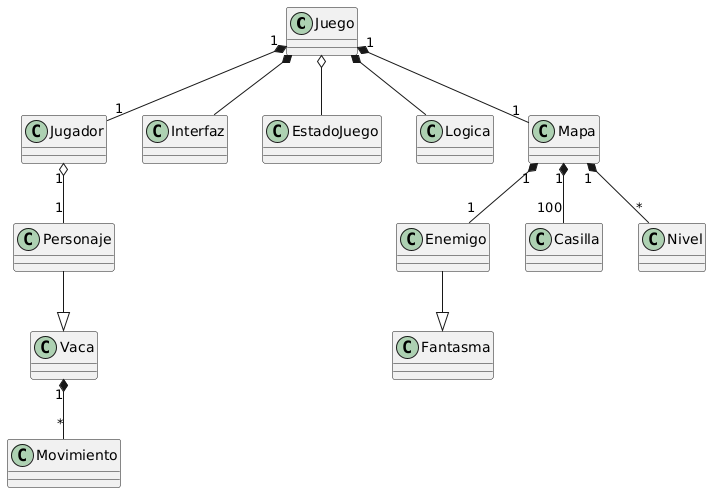
23310391/Cow-Bert keeps this PlantUML diagram as docs/Diagrama.png. Above is the earlier version. Its source is kept beside it as docs/diagrama.puml. Its diagram source:
```plantuml
@startuml Diagrama

class Juego

class Jugador
class Enemigo
class Interfaz
class EstadoJuego
class Logica

class Mapa
class Casilla
class Movimiento
class Personaje
class Vaca
class Fantasma
class Nivel

Juego "1" *-- "1" Jugador
Juego "1" *-- "1" Mapa
Mapa "1" *-- "100" Casilla
Mapa "1" *-- "1" Enemigo
Enemigo --|> Fantasma
Jugador "1" o-- "1" Personaje
Mapa "1" *-- "*" Nivel
Vaca "1" *-- "*" Movimiento
Personaje --|> Vaca
Juego o-- EstadoJuego
Juego *-- Logica
Juego *-- Interfaz

@enduml
```
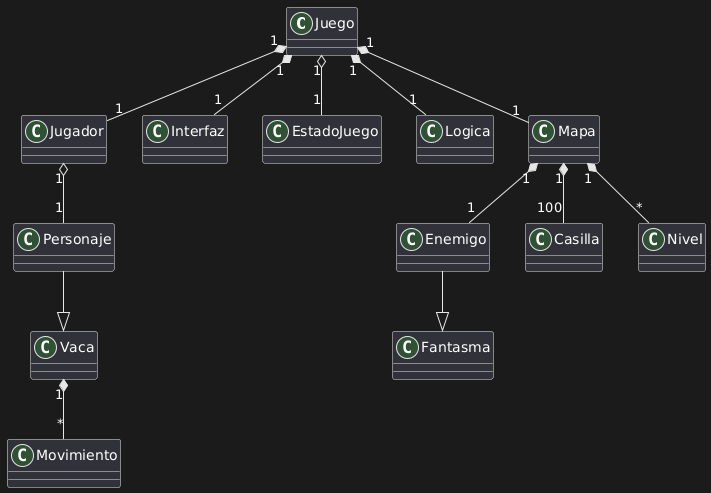
Above is the later version.

What changed in the source:
```diff
@@ -25,8 +25,8 @@
 Mapa "1" *-- "*" Nivel
 Vaca "1" *-- "*" Movimiento
 Personaje --|> Vaca
-Juego o-- EstadoJuego
-Juego *-- Logica
-Juego *-- Interfaz
+Juego "1" o-- "1"EstadoJuego
+Juego "1" *-- "1" Logica
+Juego "1" *-- "1" Interfaz
 
 @enduml
```
